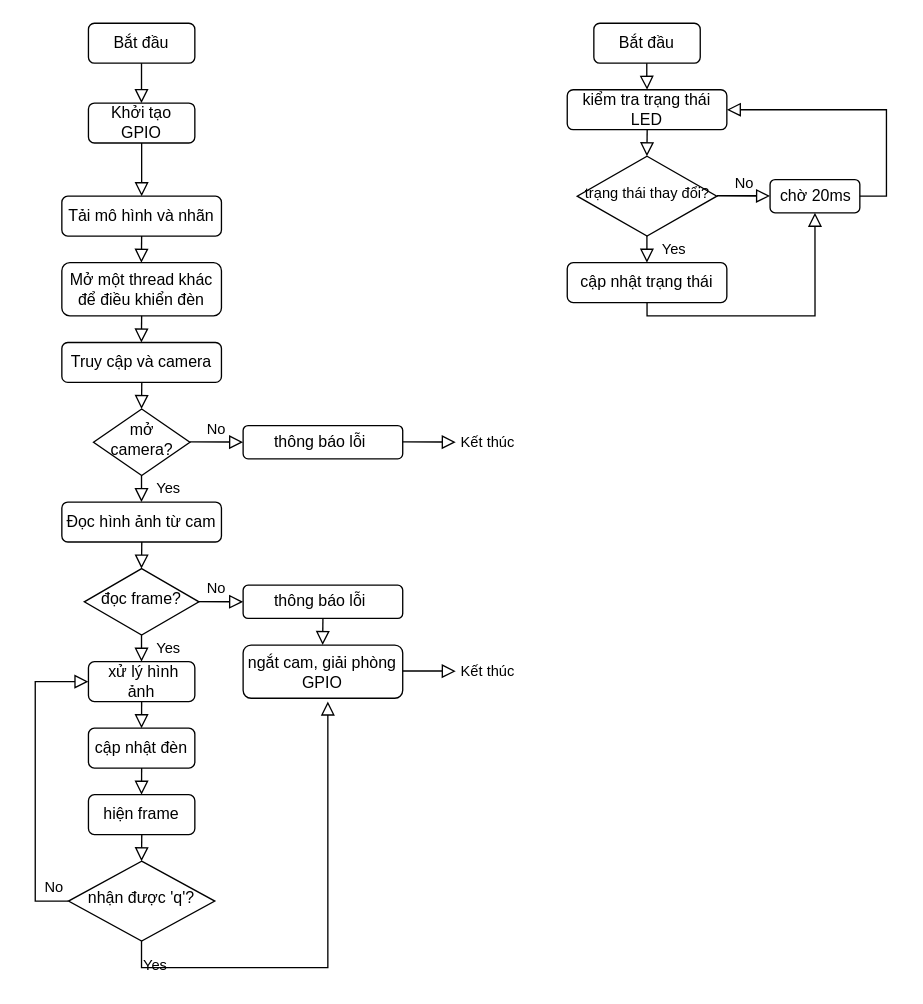
Above: sơ đồ thuật toán.drawio in phungtra42/TensorFlow-Object-Detection-on-the-Raspberry-Pi (draw.io), before the change. Source tidied: cells renumbered, new cells numbered last; positions are measured from the earlier drawing's top-left corner, leaving out a move shared by most shapes. Both pictures are drawn from the tidied source at 133%, with x=0, y=0 at pixel (35, 23).
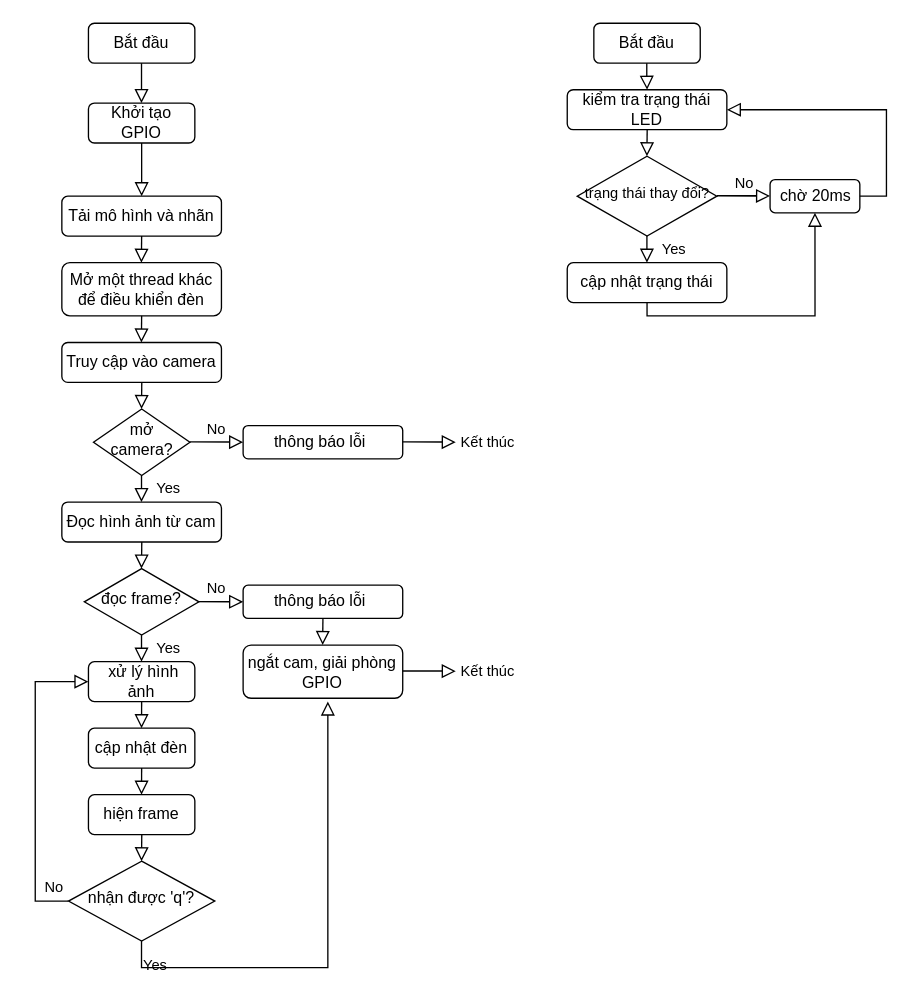
The same page after the edit.

Commit message:
Cập nhật sơ đồ thuật toán.drawio

Change to the diagram source:
```diff
@@
-    <mxCell id="14" value="Truy cập và camera" style="rounded=1;whiteSpace=wrap;html=1;fontSize=12;glass=0;strokeWidth=1;shadow=0;" parent="1" vertex="1">
+    <mxCell id="14" value="Truy cập vào camera" style="rounded=1;whiteSpace=wrap;html=1;fontSize=12;glass=0;strokeWidth=1;shadow=0;" parent="1" vertex="1">
       <mxGeometry x="20" y="240" width="120" height="30" as="geometry" />
     </mxCell>
```
